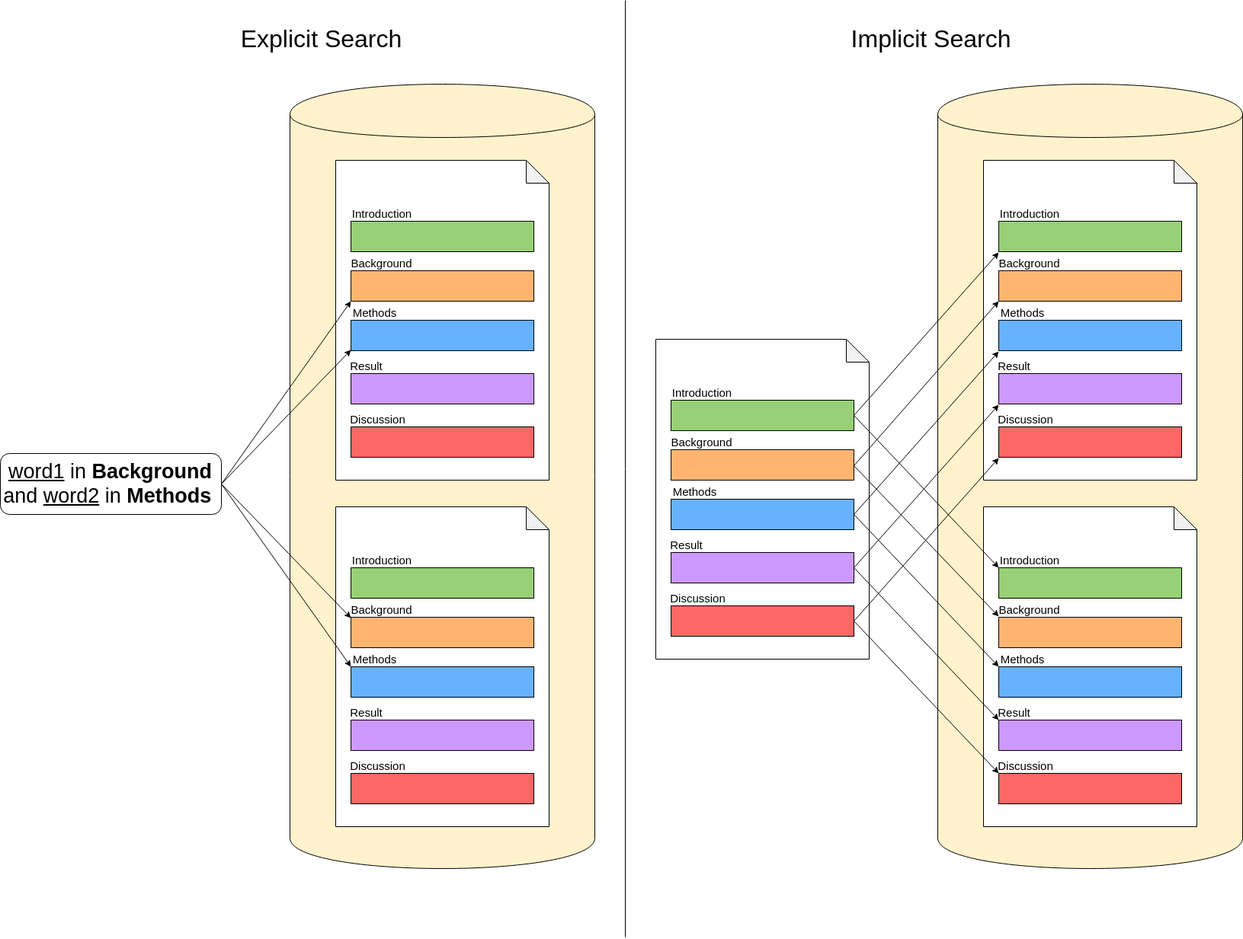
thomasmauerhofer/thesis keeps this draw.io diagram as figures/implicit_vs_explicit.png. Above is the earlier version. Source tidied: cells renumbered, new cells last; positions are measured from the earlier drawing's top-left corner, leaving out a move shared by most shapes.
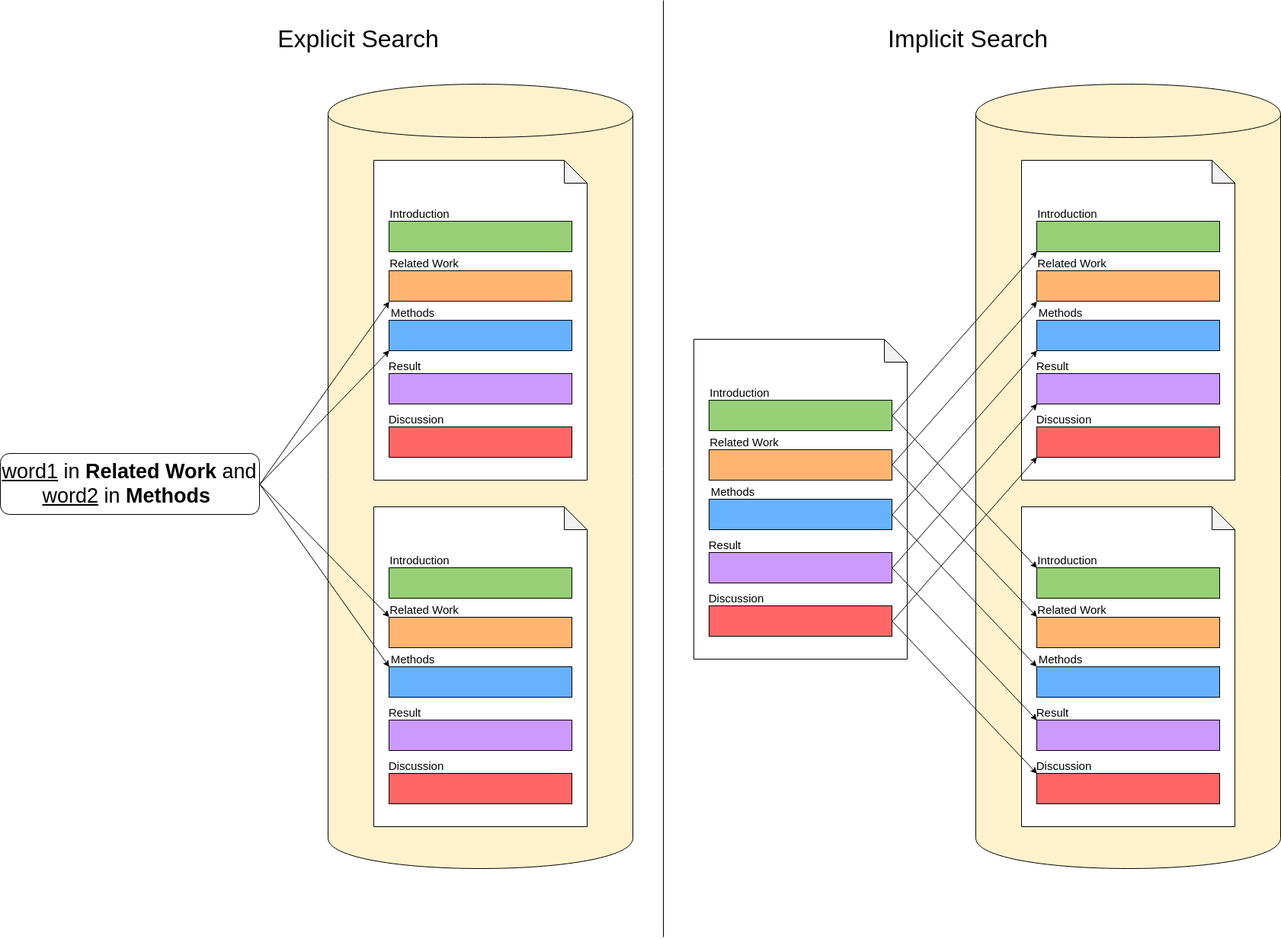
Later version of the same file.

Change to the diagram source:
```diff
@@ -2,8 +2,8 @@
   <root>
     <mxCell id="0" />
     <mxCell id="1" parent="0" />
-    <mxCell id="2" value="&lt;font style=&quot;font-size: 27px&quot;&gt;&lt;u&gt;word1&lt;/u&gt; in &lt;b&gt;Background&lt;/b&gt; and &lt;u&gt;word2&lt;/u&gt; in &lt;b&gt;Methods&lt;/b&gt;&amp;nbsp;&lt;/font&gt;" style="rounded=1;whiteSpace=wrap;html=1;fillColor=none;" parent="1" vertex="1">
-      <mxGeometry y="595" width="290" height="80" as="geometry" />
+    <mxCell id="2" value="&lt;font style=&quot;font-size: 27px&quot;&gt;&lt;u&gt;word1&lt;/u&gt; in &lt;b&gt;Related Work&lt;/b&gt;&amp;nbsp;and &lt;u&gt;word2&lt;/u&gt; in &lt;b&gt;Methods&lt;/b&gt;&amp;nbsp;&lt;/font&gt;" style="rounded=1;whiteSpace=wrap;html=1;fillColor=none;" parent="1" vertex="1">
+      <mxGeometry x="-50" y="595" width="340" height="80" as="geometry" />
     </mxCell>
     <mxCell id="3" value="&lt;font style=&quot;font-size: 32px&quot;&gt;Implicit Search&lt;br&gt;&lt;/font&gt;" style="text;html=1;strokeColor=none;fillColor=none;align=center;verticalAlign=middle;whiteSpace=wrap;rounded=0;" parent="1" vertex="1">
       <mxGeometry x="820" y="30" width="800" height="40" as="geometry" />
@@ -53,8 +53,8 @@
     <mxCell id="17" style="rounded=0;whiteSpace=wrap;html=1;fillColor=#FFB570;" parent="1" vertex="1">
       <mxGeometry x="460" y="810" width="240" height="40" as="geometry" />
     </mxCell>
-    <mxCell id="18" value="&lt;font style=&quot;font-size: 15px&quot;&gt;Background&lt;br&gt;&lt;/font&gt;" style="text;html=1;strokeColor=none;fillColor=none;align=center;verticalAlign=middle;whiteSpace=wrap;rounded=0;" parent="1" vertex="1">
-      <mxGeometry x="460" y="790" width="80" height="20" as="geometry" />
+    <mxCell id="18" value="&lt;font style=&quot;font-size: 15px&quot;&gt;Related Work&lt;br&gt;&lt;/font&gt;" style="text;html=1;strokeColor=none;fillColor=none;align=center;verticalAlign=middle;whiteSpace=wrap;rounded=0;" parent="1" vertex="1">
+      <mxGeometry x="460" y="790" width="93" height="20" as="geometry" />
     </mxCell>
     <mxCell id="19" style="rounded=0;whiteSpace=wrap;html=1;fillColor=#CC99FF;" parent="1" vertex="1">
       <mxGeometry x="460" y="945" width="240" height="40" as="geometry" />
@@ -71,8 +71,8 @@
     <mxCell id="23" style="rounded=0;whiteSpace=wrap;html=1;fillColor=#FFB570;" parent="1" vertex="1">
       <mxGeometry x="460" y="355" width="240" height="40" as="geometry" />
     </mxCell>
-    <mxCell id="24" value="&lt;font style=&quot;font-size: 15px&quot;&gt;Background&lt;br&gt;&lt;/font&gt;" style="text;html=1;strokeColor=none;fillColor=none;align=center;verticalAlign=middle;whiteSpace=wrap;rounded=0;" parent="1" vertex="1">
-      <mxGeometry x="460" y="335" width="80" height="20" as="geometry" />
+    <mxCell id="24" value="&lt;font style=&quot;font-size: 15px&quot;&gt;Related Work&lt;br&gt;&lt;/font&gt;" style="text;html=1;strokeColor=none;fillColor=none;align=center;verticalAlign=middle;whiteSpace=wrap;rounded=0;" parent="1" vertex="1">
+      <mxGeometry x="460" y="335" width="93" height="20" as="geometry" />
     </mxCell>
     <mxCell id="25" style="rounded=0;whiteSpace=wrap;html=1;fillColor=#FF6666;" parent="1" vertex="1">
       <mxGeometry x="460" y="560" width="240" height="40" as="geometry" />
@@ -137,8 +137,8 @@
     <mxCell id="45" style="rounded=0;whiteSpace=wrap;html=1;fillColor=#FFB570;" parent="1" vertex="1">
       <mxGeometry x="880" y="590" width="240" height="40" as="geometry" />
     </mxCell>
-    <mxCell id="46" value="&lt;font style=&quot;font-size: 15px&quot;&gt;Background&lt;br&gt;&lt;/font&gt;" style="text;html=1;strokeColor=none;fillColor=none;align=center;verticalAlign=middle;whiteSpace=wrap;rounded=0;" parent="1" vertex="1">
-      <mxGeometry x="880" y="570" width="80" height="20" as="geometry" />
+    <mxCell id="46" value="&lt;font style=&quot;font-size: 15px&quot;&gt;Related Work&lt;br&gt;&lt;/font&gt;" style="text;html=1;strokeColor=none;fillColor=none;align=center;verticalAlign=middle;whiteSpace=wrap;rounded=0;" parent="1" vertex="1">
+      <mxGeometry x="880" y="570" width="93" height="20" as="geometry" />
     </mxCell>
     <mxCell id="47" style="rounded=0;whiteSpace=wrap;html=1;fillColor=#66B2FF;" parent="1" vertex="1">
       <mxGeometry x="880" y="655" width="240" height="40" as="geometry" />
@@ -182,8 +182,8 @@
     <mxCell id="60" style="rounded=0;whiteSpace=wrap;html=1;fillColor=#FFB570;" parent="1" vertex="1">
       <mxGeometry x="1310" y="810" width="240" height="40" as="geometry" />
     </mxCell>
-    <mxCell id="61" value="&lt;font style=&quot;font-size: 15px&quot;&gt;Background&lt;br&gt;&lt;/font&gt;" style="text;html=1;strokeColor=none;fillColor=none;align=center;verticalAlign=middle;whiteSpace=wrap;rounded=0;" parent="1" vertex="1">
-      <mxGeometry x="1310" y="790" width="80" height="20" as="geometry" />
+    <mxCell id="61" value="&lt;font style=&quot;font-size: 15px&quot;&gt;Related Work&lt;br&gt;&lt;/font&gt;" style="text;html=1;strokeColor=none;fillColor=none;align=center;verticalAlign=middle;whiteSpace=wrap;rounded=0;" parent="1" vertex="1">
+      <mxGeometry x="1310" y="790" width="93" height="20" as="geometry" />
     </mxCell>
     <mxCell id="62" style="rounded=0;whiteSpace=wrap;html=1;fillColor=#CC99FF;" parent="1" vertex="1">
       <mxGeometry x="1310" y="945" width="240" height="40" as="geometry" />
@@ -200,8 +200,8 @@
     <mxCell id="66" style="rounded=0;whiteSpace=wrap;html=1;fillColor=#FFB570;" parent="1" vertex="1">
       <mxGeometry x="1310" y="355" width="240" height="40" as="geometry" />
     </mxCell>
-    <mxCell id="67" value="&lt;font style=&quot;font-size: 15px&quot;&gt;Background&lt;br&gt;&lt;/font&gt;" style="text;html=1;strokeColor=none;fillColor=none;align=center;verticalAlign=middle;whiteSpace=wrap;rounded=0;" parent="1" vertex="1">
-      <mxGeometry x="1310" y="335" width="80" height="20" as="geometry" />
+    <mxCell id="67" value="&lt;font style=&quot;font-size: 15px&quot;&gt;Related Work&lt;br&gt;&lt;/font&gt;" style="text;html=1;strokeColor=none;fillColor=none;align=center;verticalAlign=middle;whiteSpace=wrap;rounded=0;" parent="1" vertex="1">
+      <mxGeometry x="1310" y="335" width="93" height="20" as="geometry" />
     </mxCell>
     <mxCell id="68" style="rounded=0;whiteSpace=wrap;html=1;fillColor=#FF6666;" parent="1" vertex="1">
       <mxGeometry x="1310" y="560" width="240" height="40" as="geometry" />
```
